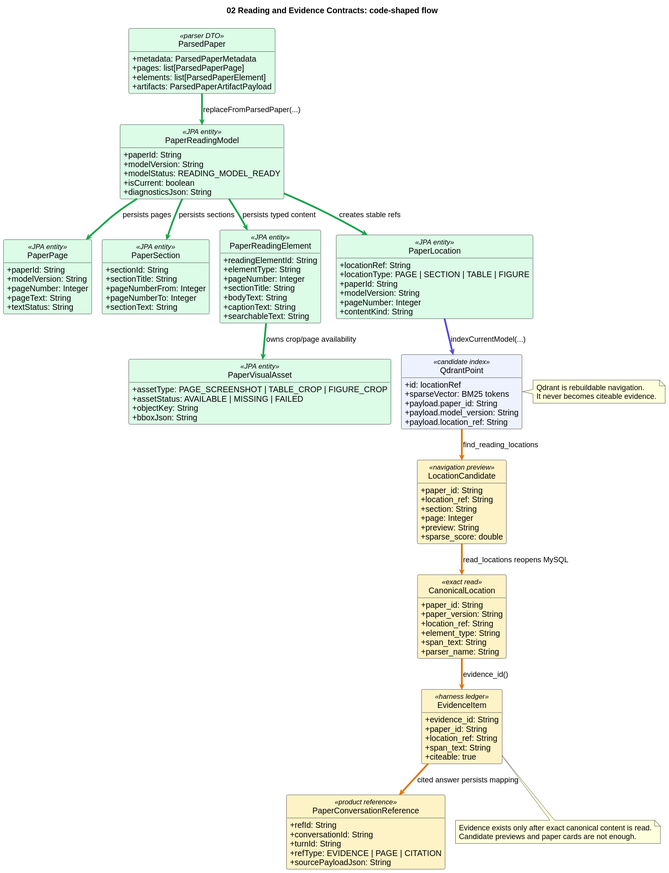
Above: diagrams/review_02_reading_evidence_contracts.svg in CHZarles/paperloom (PlantUML), before the change.
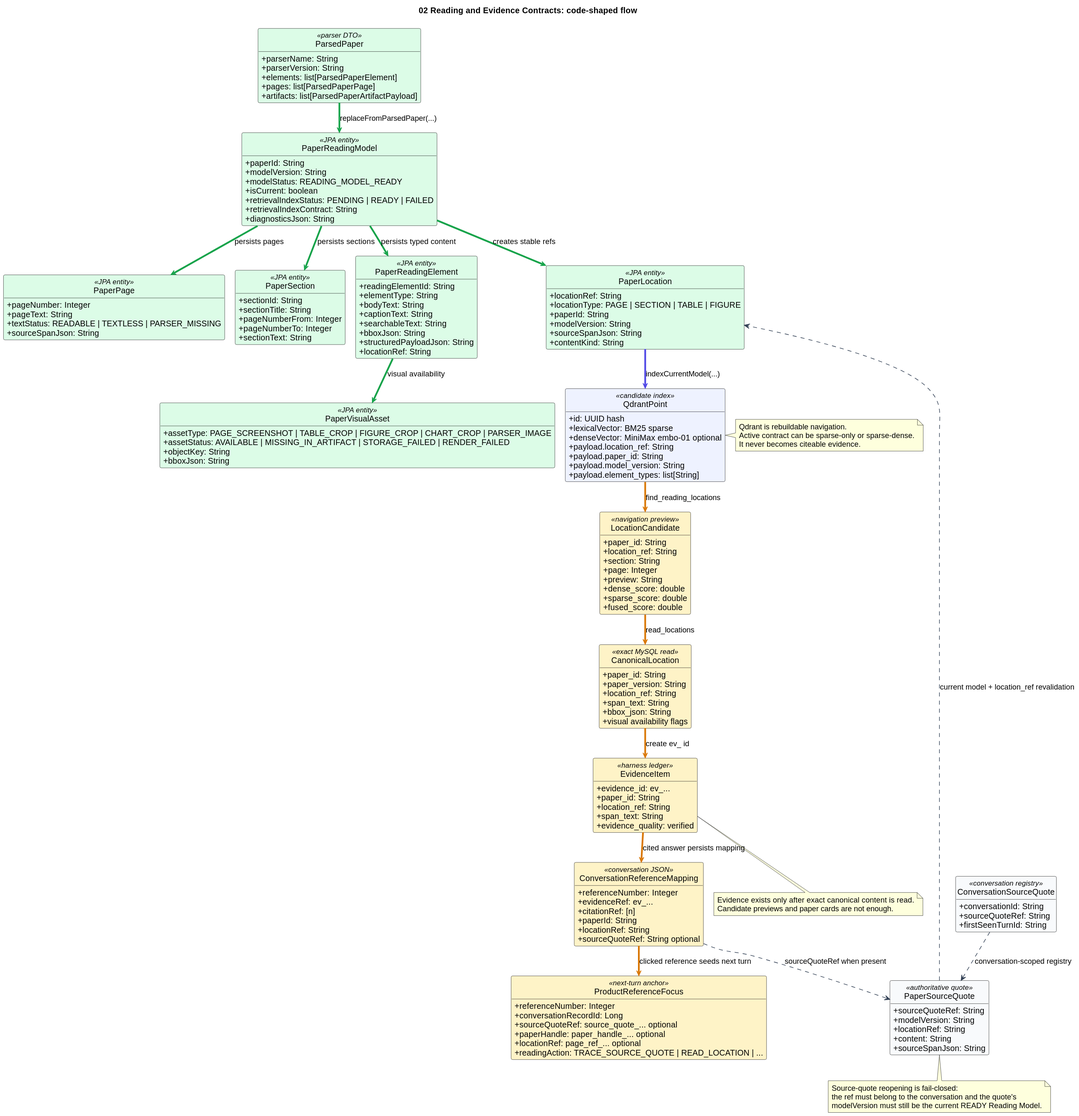
Above is the later version.

Change to the diagram source:
```diff
@@ -11,10 +11,11 @@
 hide empty methods
 
 class ParsedPaper <<parser DTO>> #DCFCE7 {
-  +metadata: ParsedPaperMetadata
+  +parserName: String
+  +parserVersion: String
+  +elements: list[ParsedPaperElement]
   +pages: list[ParsedPaperPage]
-  +elements: list[ParsedPaperElement]
-  +artifacts: ParsedPaperArtifactPayload
+  +artifacts: list[ParsedPaperArtifactPayload]
 }
 
 class PaperReadingModel <<JPA entity>> #DCFCE7 {
@@ -22,15 +23,16 @@
   +modelVersion: String
   +modelStatus: READING_MODEL_READY
   +isCurrent: boolean
+  +retrievalIndexStatus: PENDING | READY | FAILED
+  +retrievalIndexContract: String
   +diagnosticsJson: String
 }
 
 class PaperPage <<JPA entity>> #DCFCE7 {
-  +paperId: String
-  +modelVersion: String
   +pageNumber: Integer
   +pageText: String
-  +textStatus: String
+  +textStatus: READABLE | TEXTLESS | PARSER_MISSING
+  +sourceSpanJson: String
 }
 
 class PaperSection <<JPA entity>> #DCFCE7 {
@@ -44,11 +46,12 @@
 class PaperReadingElement <<JPA entity>> #DCFCE7 {
   +readingElementId: String
   +elementType: String
-  +pageNumber: Integer
-  +sectionTitle: String
   +bodyText: String
   +captionText: String
   +searchableText: String
+  +bboxJson: String
+  +structuredPayloadJson: String
+  +locationRef: String
 }
 
 class PaperLocation <<JPA entity>> #DCFCE7 {
@@ -56,23 +59,25 @@
   +locationType: PAGE | SECTION | TABLE | FIGURE
   +paperId: String
   +modelVersion: String
-  +pageNumber: Integer
+  +sourceSpanJson: String
   +contentKind: String
 }
 
 class PaperVisualAsset <<JPA entity>> #DCFCE7 {
-  +assetType: PAGE_SCREENSHOT | TABLE_CROP | FIGURE_CROP
-  +assetStatus: AVAILABLE | MISSING | FAILED
+  +assetType: PAGE_SCREENSHOT | TABLE_CROP | FIGURE_CROP | CHART_CROP | PARSER_IMAGE
+  +assetStatus: AVAILABLE | MISSING_IN_ARTIFACT | STORAGE_FAILED | RENDER_FAILED
   +objectKey: String
   +bboxJson: String
 }
 
 class QdrantPoint <<candidate index>> #EEF2FF {
-  +id: locationRef
-  +sparseVector: BM25 tokens
+  +id: UUID hash
+  +lexicalVector: BM25 sparse
+  +denseVector: MiniMax embo-01 optional
+  +payload.location_ref: String
   +payload.paper_id: String
   +payload.model_version: String
-  +payload.location_ref: String
+  +payload.element_types: list[String]
 }
 
 class LocationCandidate <<navigation preview>> #FEF3C7 {
@@ -81,32 +86,58 @@
   +section: String
   +page: Integer
   +preview: String
+  +dense_score: double
   +sparse_score: double
+  +fused_score: double
 }
 
-class CanonicalLocation <<exact read>> #FEF3C7 {
+class CanonicalLocation <<exact MySQL read>> #FEF3C7 {
   +paper_id: String
   +paper_version: String
   +location_ref: String
-  +element_type: String
   +span_text: String
-  +parser_name: String
+  +bbox_json: String
+  +visual availability flags
 }
 
 class EvidenceItem <<harness ledger>> #FEF3C7 {
-  +evidence_id: String
+  +evidence_id: ev_...
   +paper_id: String
   +location_ref: String
   +span_text: String
-  +citeable: true
+  +evidence_quality: verified
 }
 
-class PaperConversationReference <<product reference>> #FEF3C7 {
-  +refId: String
+class ConversationReferenceMapping <<conversation JSON>> #FEF3C7 {
+  +referenceNumber: Integer
+  +evidenceRef: ev_...
+  +citationRef: [n]
+  +paperId: String
+  +locationRef: String
+  +sourceQuoteRef: String optional
+}
+
+class ProductReferenceFocus <<next-turn anchor>> #FEF3C7 {
+  +referenceNumber: Integer
+  +conversationRecordId: Long
+  +sourceQuoteRef: source_quote_... optional
+  +paperHandle: paper_handle_... optional
+  +locationRef: page_ref_... optional
+  +readingAction: TRACE_SOURCE_QUOTE | READ_LOCATION | ...
+}
+
+class PaperSourceQuote <<authoritative quote>> #F8FAFC {
+  +sourceQuoteRef: String
+  +modelVersion: String
+  +locationRef: String
+  +content: String
+  +sourceSpanJson: String
+}
+
+class ConversationSourceQuote <<conversation registry>> #F8FAFC {
   +conversationId: String
-  +turnId: String
-  +refType: EVIDENCE | PAGE | CITATION
-  +sourcePayloadJson: String
+  +sourceQuoteRef: String
+  +firstSeenTurnId: String
 }
 
 ParsedPaper -[#16A34A,thickness=3]-> PaperReadingModel : replaceFromParsedPaper(...)
@@ -114,16 +145,22 @@
 PaperReadingModel -[#16A34A,thickness=3]-> PaperSection : persists sections
 PaperReadingModel -[#16A34A,thickness=3]-> PaperReadingElement : persists typed content
 PaperReadingModel -[#16A34A,thickness=3]-> PaperLocation : creates stable refs
-PaperReadingElement -[#16A34A,thickness=3]-> PaperVisualAsset : owns crop/page availability
+PaperReadingElement -[#16A34A,thickness=3]-> PaperVisualAsset : visual availability
 
 PaperLocation -[#4F46E5,thickness=3]-> QdrantPoint : indexCurrentModel(...)
 QdrantPoint -[#D97706,thickness=3]-> LocationCandidate : find_reading_locations
-LocationCandidate -[#D97706,thickness=3]-> CanonicalLocation : read_locations reopens MySQL
-CanonicalLocation -[#D97706,thickness=3]-> EvidenceItem : evidence_id()
-EvidenceItem -[#D97706,thickness=3]-> PaperConversationReference : cited answer persists mapping
+LocationCandidate -[#D97706,thickness=3]-> CanonicalLocation : read_locations
+CanonicalLocation -[#D97706,thickness=3]-> EvidenceItem : create ev_ id
+EvidenceItem -[#D97706,thickness=3]-> ConversationReferenceMapping : cited answer persists mapping
+ConversationReferenceMapping -[#D97706,thickness=3]-> ProductReferenceFocus : clicked reference seeds next turn
+
+ConversationReferenceMapping ..> PaperSourceQuote : sourceQuoteRef when present
+ConversationSourceQuote ..> PaperSourceQuote : conversation-scoped registry
+PaperSourceQuote ..> PaperLocation : current model + location_ref revalidation
 
 note right of QdrantPoint
 Qdrant is rebuildable navigation.
+Active contract can be sparse-only or sparse-dense.
 It never becomes citeable evidence.
 end note
 
@@ -131,4 +168,10 @@
 Evidence exists only after exact canonical content is read.
 Candidate previews and paper cards are not enough.
 end note
+
+note bottom of PaperSourceQuote
+Source-quote reopening is fail-closed:
+the ref must belong to the conversation and the quote's
+modelVersion must still be the current READY Reading Model.
+end note
 @enduml
```
